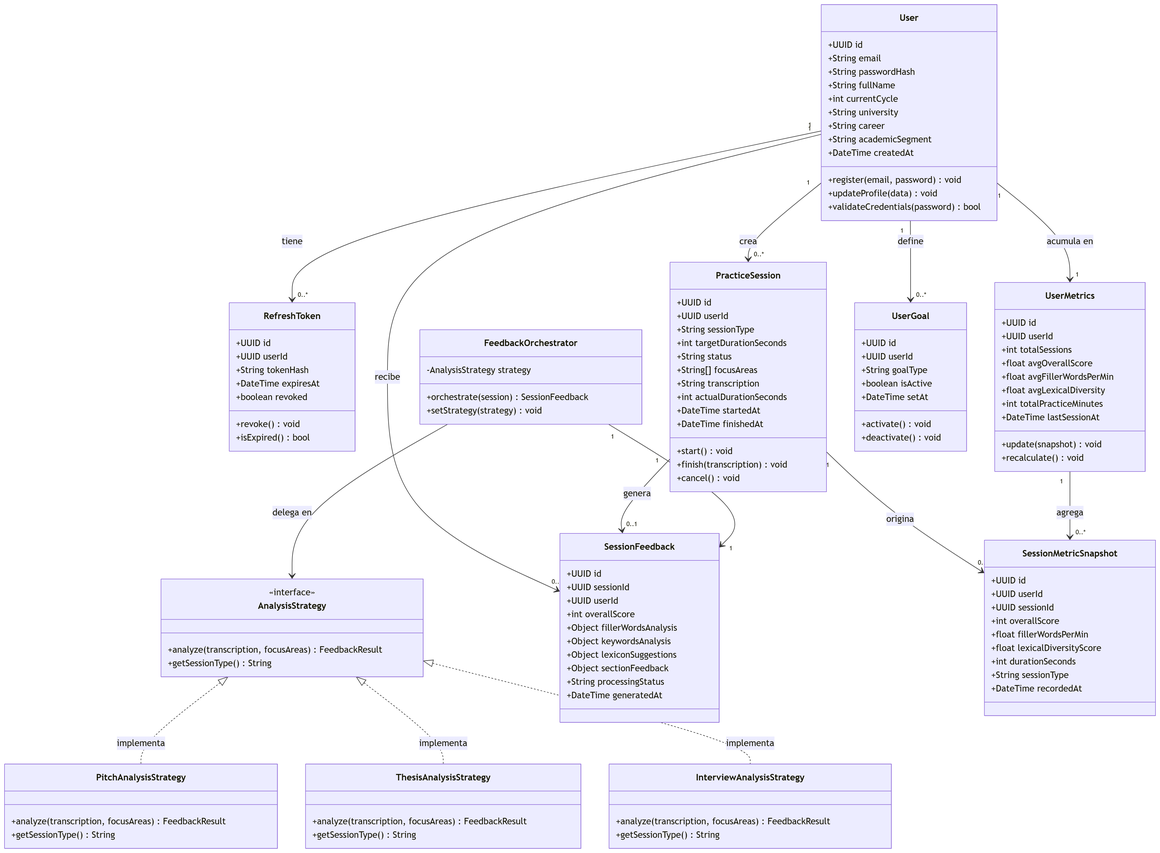
Above: assets/images/DiagramsUML/ClassDiagram.png in upc-pre-202601-si657-7940-thropic/talki-project-report (Mermaid), before the change. Its source is kept beside it as assets/images/DiagramsUML/ClassDiagram.mmd.
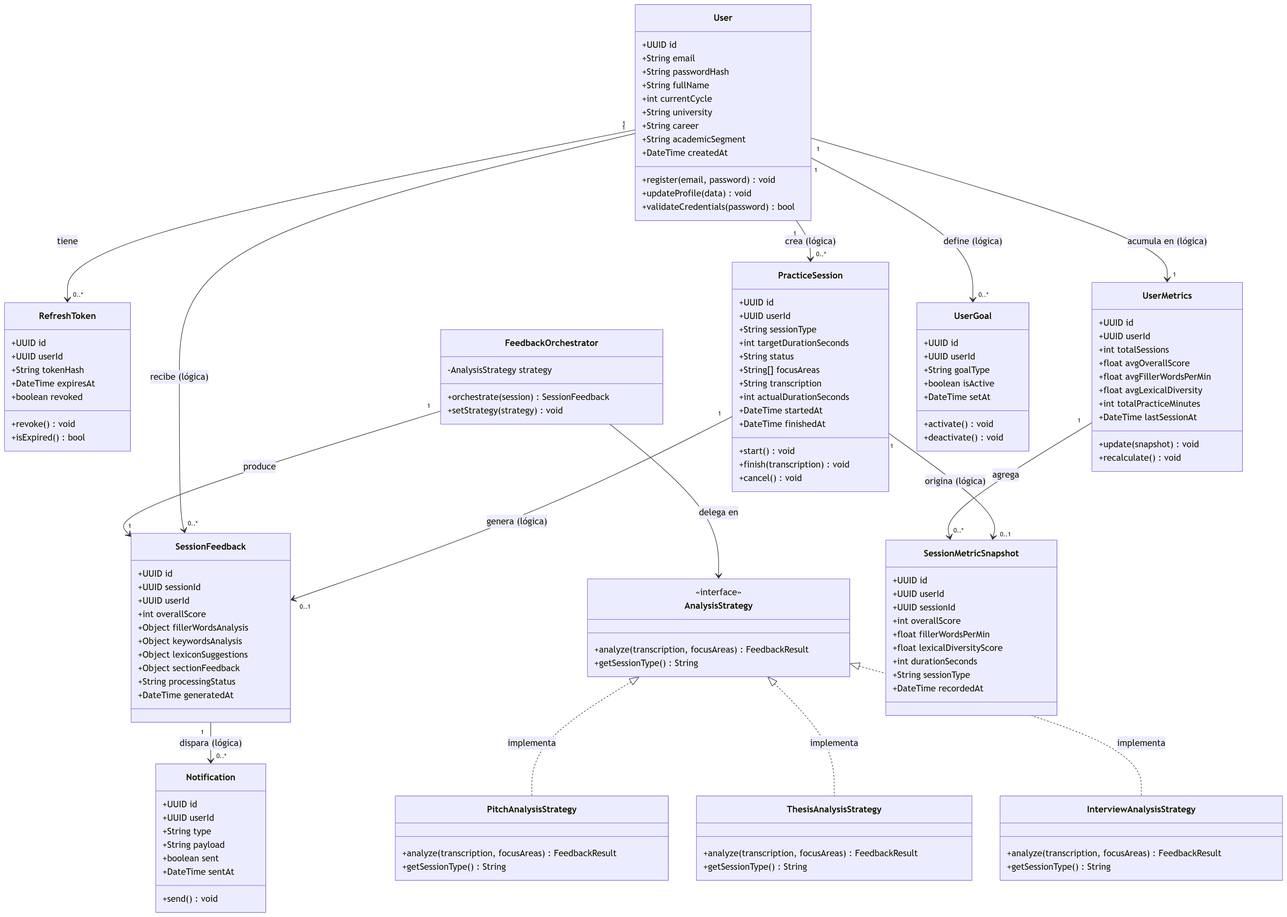
After the change.

The edit, as a diff of the source:
```diff
@@ -107,19 +107,28 @@
         +deactivate() void
     }
 
+    class Notification {
+        +UUID id
+        +UUID userId
+        +String type
+        +String payload
+        +boolean sent
+        +DateTime sentAt
+        +send() void
+    }
+
     User "1" --> "0..*" RefreshToken : tiene
-    User "1" --> "0..*" PracticeSession : crea
-    User "1" --> "1" UserMetrics : acumula en
-    User "1" --> "0..*" UserGoal : define
-    User "1" --> "0..*" SessionFeedback : recibe
-
-    PracticeSession "1" --> "0..1" SessionFeedback : genera
-    PracticeSession "1" --> "0..1" SessionMetricSnapshot : origina
-
     FeedbackOrchestrator --> AnalysisStrategy : delega en
     AnalysisStrategy <|.. PitchAnalysisStrategy : implementa
     AnalysisStrategy <|.. ThesisAnalysisStrategy : implementa
     AnalysisStrategy <|.. InterviewAnalysisStrategy : implementa
     FeedbackOrchestrator "1" --> "1" SessionFeedback : produce
+    UserMetrics "1" --> "0..*" SessionMetricSnapshot : agrega
 
-    UserMetrics "1" --> "0..*" SessionMetricSnapshot : agrega
+    User "1" --> "0..*" PracticeSession : crea (lógica)
+    User "1" --> "1" UserMetrics : acumula en (lógica)
+    User "1" --> "0..*" UserGoal : define (lógica)
+    User "1" --> "0..*" SessionFeedback : recibe (lógica)
+    PracticeSession "1" --> "0..1" SessionFeedback : genera (lógica)
+    PracticeSession "1" --> "0..1" SessionMetricSnapshot : origina (lógica)
+    SessionFeedback "1" --> "0..*" Notification : dispara (lógica)
```
